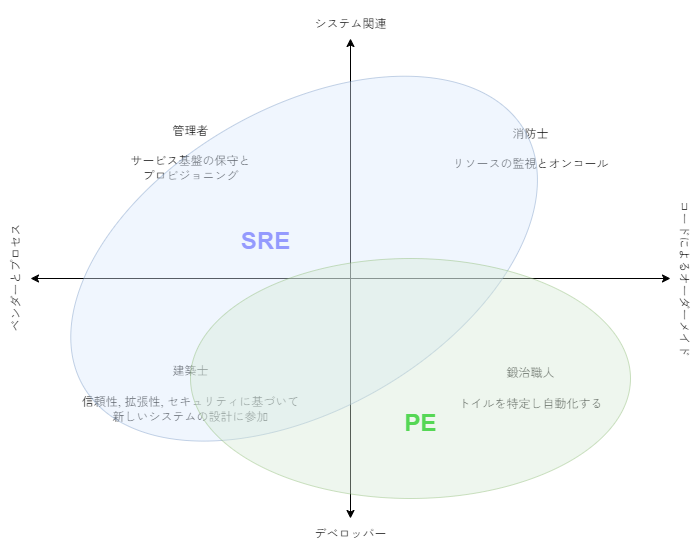
Before: .image/zonemap.png, a diagram exported from draw.io (cyokozai/k8sLB). Source tidied: cells renumbered, new cells last; positions are measured from the earlier drawing's top-left corner, leaving out a move shared by most shapes.
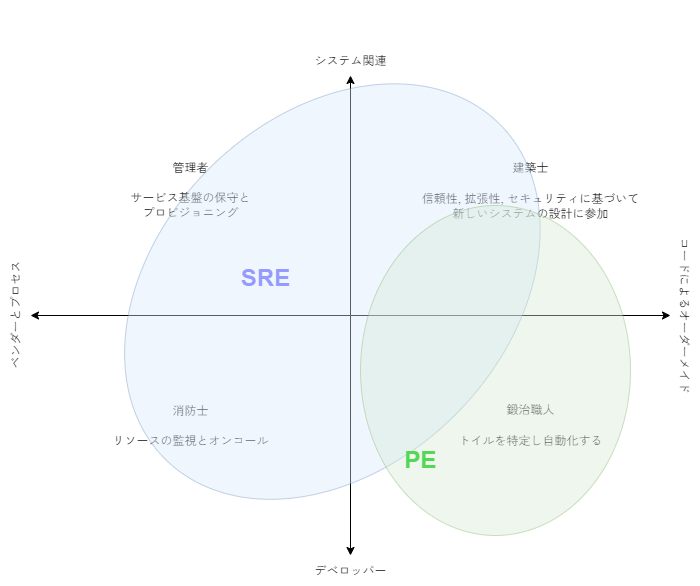
The same file after the commit.

Commit message:
Update map.drawio with revised figure descriptions

Change to the diagram source:
```diff
@@ -33,22 +33,22 @@
       <mxGeometry x="170" y="110" width="140" height="70" as="geometry" />
     </mxCell>
     <mxCell id="10" value="&lt;font face=&quot;Zen Kaku Gothic New&quot;&gt;消防士&lt;/font&gt;&lt;div style=&quot;border-color: var(--border-color);&quot;&gt;&lt;font face=&quot;edhg1X69KzFX66cXptsa&quot;&gt;&lt;br style=&quot;border-color: var(--border-color);&quot;&gt;&lt;/font&gt;&lt;div style=&quot;border-color: var(--border-color);&quot;&gt;&lt;font face=&quot;Zen Kaku Gothic New&quot;&gt;リソースの監視とオンコール&lt;/font&gt;&lt;/div&gt;&lt;/div&gt;" style="text;html=1;align=center;verticalAlign=middle;strokeColor=none;fillColor=none;" parent="1" vertex="1">
-      <mxGeometry x="490" y="110" width="180" height="60" as="geometry" />
+      <mxGeometry x="150" y="350" width="180" height="60" as="geometry" />
     </mxCell>
     <mxCell id="11" value="&lt;font face=&quot;Zen Kaku Gothic New&quot;&gt;&lt;span style=&quot;&quot;&gt;建築士&lt;/span&gt;&lt;br style=&quot;border-color: var(--border-color);&quot;&gt;&lt;br style=&quot;border-color: var(--border-color);&quot;&gt;&lt;span style=&quot;&quot;&gt;信頼性, 拡張性, セキュリティに基づいて&lt;br&gt;新しいシステムの設計に参加&lt;/span&gt;&lt;/font&gt;" style="text;html=1;align=center;verticalAlign=middle;strokeColor=none;fillColor=none;" parent="1" vertex="1">
-      <mxGeometry x="120" y="345" width="240" height="80" as="geometry" />
+      <mxGeometry x="460" y="105" width="240" height="80" as="geometry" />
     </mxCell>
     <mxCell id="12" value="&lt;h1&gt;SRE&lt;/h1&gt;" style="text;html=1;align=center;verticalAlign=middle;strokeColor=none;fillColor=none;fontColor=#6666FF;" parent="1" vertex="1">
       <mxGeometry x="280" y="198" width="70" height="70" as="geometry" />
     </mxCell>
-    <mxCell id="13" style="ellipse;whiteSpace=wrap;html=1;fillColor=#dae8fc;strokeColor=#6c8ebf;opacity=40;rotation=-30;" parent="1" vertex="1">
-      <mxGeometry x="98.6" y="99.5" width="510" height="301.4" as="geometry" />
+    <mxCell id="13" style="ellipse;whiteSpace=wrap;html=1;fillColor=#dae8fc;strokeColor=#6c8ebf;opacity=40;rotation=-45;" parent="1" vertex="1">
+      <mxGeometry x="145.2" y="72" width="473.4" height="348.1" as="geometry" />
     </mxCell>
     <mxCell id="14" value="&lt;h1&gt;&lt;font color=&quot;#00cc00&quot;&gt;PE&lt;/font&gt;&lt;/h1&gt;" style="text;html=1;align=center;verticalAlign=middle;strokeColor=none;fillColor=none;fontColor=#6666FF;" parent="1" vertex="1">
       <mxGeometry x="440" y="380" width="60" height="70" as="geometry" />
     </mxCell>
     <mxCell id="15" style="ellipse;whiteSpace=wrap;html=1;opacity=40;fillColor=#d5e8d4;strokeColor=#82b366;" parent="1" vertex="1">
-      <mxGeometry x="240" y="250" width="440" height="240" as="geometry" />
+      <mxGeometry x="410" y="160" width="270" height="330" as="geometry" />
     </mxCell>
   </root>
 </mxGraphModel>
```
